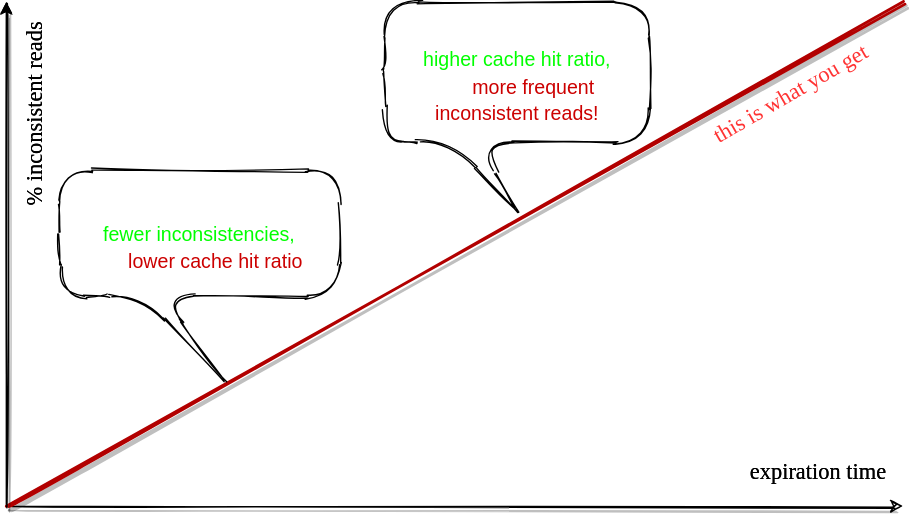
Above: Slides/Fusion_v2/diagrams/consistency/1.dio.svg in alexyakunin/Stl.Fusion.Materials (draw.io), before the change. Source tidied: cells renumbered, new cells last; positions are measured from the earlier drawing's top-left corner, leaving out a move shared by most shapes. Source of this version:
```xml
<mxGraphModel>
  <root>
    <mxCell id="0" />
    <mxCell id="1" parent="0" />
    <mxCell id="2" style="endArrow=classic;html=1;sketch=1;shadow=1;curved=1;" parent="1" edge="1">
      <mxGeometry relative="1" as="geometry">
        <mxPoint x="60" y="360" as="sourcePoint" />
        <mxPoint x="700" y="360" as="targetPoint" />
      </mxGeometry>
    </mxCell>
    <mxCell id="3" style="endArrow=classic;html=1;shadow=1;curved=1;" parent="1" edge="1">
      <mxGeometry relative="1" as="geometry">
        <mxPoint x="60" y="360" as="sourcePoint" />
        <mxPoint x="60" as="targetPoint" />
      </mxGeometry>
    </mxCell>
    <mxCell id="4" value="&lt;font face=&quot;Comic Sans MS&quot; style=&quot;font-size: 16px;&quot;&gt;% inconsistent reads&lt;/font&gt;" style="text;html=1;strokeColor=none;fillColor=none;align=center;verticalAlign=middle;whiteSpace=wrap;rounded=0;sketch=1;fontSize=16;rotation=-90;" parent="1" vertex="1">
      <mxGeometry y="65" width="160" height="30" as="geometry" />
    </mxCell>
    <mxCell id="5" value="&lt;font face=&quot;Comic Sans MS&quot; style=&quot;font-size: 16px&quot;&gt;expiration time&lt;/font&gt;" style="text;html=1;strokeColor=none;fillColor=none;align=center;verticalAlign=middle;whiteSpace=wrap;rounded=0;sketch=1;" parent="1" vertex="1">
      <mxGeometry x="580" y="320" width="120" height="30" as="geometry" />
    </mxCell>
    <mxCell id="6" style="endArrow=none;html=1;shadow=1;fontSize=16;curved=1;sketch=1;fillColor=#e51400;strokeColor=#B20000;strokeWidth=2;" parent="1" edge="1">
      <mxGeometry relative="1" as="geometry">
        <mxPoint x="60" y="360" as="sourcePoint" />
        <mxPoint x="700" as="targetPoint" />
      </mxGeometry>
    </mxCell>
    <mxCell id="7" value="&lt;font face=&quot;Comic Sans MS&quot; style=&quot;font-size: 16px&quot;&gt;this is what you get&lt;/font&gt;" style="text;html=1;align=center;verticalAlign=middle;whiteSpace=wrap;rounded=0;sketch=1;fontSize=16;rotation=-30;fontColor=#FF3333;" parent="1" vertex="1">
      <mxGeometry x="540" y="50" width="160" height="30" as="geometry" />
    </mxCell>
    <mxCell id="8" style="endArrow=classic;html=1;shadow=1;curved=1;sketch=1;" parent="1" edge="1">
      <mxGeometry relative="1" as="geometry">
        <mxPoint x="60" y="360" as="sourcePoint" />
        <mxPoint x="60" as="targetPoint" />
      </mxGeometry>
    </mxCell>
    <mxCell id="9" value="&lt;font face=&quot;Comic Sans MS&quot; style=&quot;font-size: 16px;&quot;&gt;% inconsistent reads&lt;/font&gt;" style="text;html=1;strokeColor=none;fillColor=none;align=center;verticalAlign=middle;whiteSpace=wrap;rounded=0;sketch=1;fontSize=16;rotation=-90;" parent="1" vertex="1">
      <mxGeometry y="65" width="160" height="30" as="geometry" />
    </mxCell>
    <mxCell id="10" value="&lt;font face=&quot;Comic Sans MS&quot; style=&quot;font-size: 16px&quot;&gt;expiration time&lt;/font&gt;" style="text;html=1;strokeColor=none;fillColor=none;align=center;verticalAlign=middle;whiteSpace=wrap;rounded=0;sketch=1;" parent="1" vertex="1">
      <mxGeometry x="580" y="320" width="120" height="30" as="geometry" />
    </mxCell>
    <mxCell id="11" value="&lt;font style=&quot;font-size: 14px&quot;&gt;&lt;font color=&quot;#ffffff&quot;&gt;Shorter expiration time =&lt;/font&gt;&lt;br&gt;&lt;font color=&quot;#00ff00&quot;&gt;fewer inconsistencies,&lt;/font&gt;&lt;/font&gt;&lt;font color=&quot;#ffffff&quot; style=&quot;font-size: 14px&quot;&gt;&lt;br&gt;but &lt;/font&gt;&lt;font style=&quot;font-size: 14px&quot;&gt;&lt;font color=&quot;#cc0000&quot;&gt;lower cache hit ratio&lt;/font&gt;&lt;br&gt;&lt;/font&gt;" style="shape=callout;whiteSpace=wrap;html=1;perimeter=calloutPerimeter;rounded=1;sketch=1;fillColor=none;fontSize=16;fontColor=#FF3333;position2=0.59;base=15;size=60;position=0.29;arcSize=45;" parent="1" vertex="1">
      <mxGeometry x="98" y="120" width="200" height="150" as="geometry" />
    </mxCell>
    <mxCell id="12" value="&lt;font style=&quot;font-size: 14px&quot;&gt;&lt;font color=&quot;#ffffff&quot;&gt;Longer expiration time =&lt;/font&gt;&lt;br&gt;&lt;font color=&quot;#00ff00&quot;&gt;higher cache hit ratio,&lt;/font&gt;&lt;br&gt;&lt;font color=&quot;#ffffff&quot;&gt;but &lt;/font&gt;&lt;font color=&quot;#cc0000&quot;&gt;more frequent &lt;br&gt;inconsistent reads!&lt;/font&gt;&lt;br&gt;&lt;/font&gt;" style="shape=callout;whiteSpace=wrap;html=1;perimeter=calloutPerimeter;rounded=1;sketch=1;fillColor=none;fontSize=16;fontColor=#FF3333;position2=0.5;base=20;size=50;position=0.25;arcSize=50;" parent="1" vertex="1">
      <mxGeometry x="330" width="190" height="150" as="geometry" />
    </mxCell>
  </root>
</mxGraphModel>
```
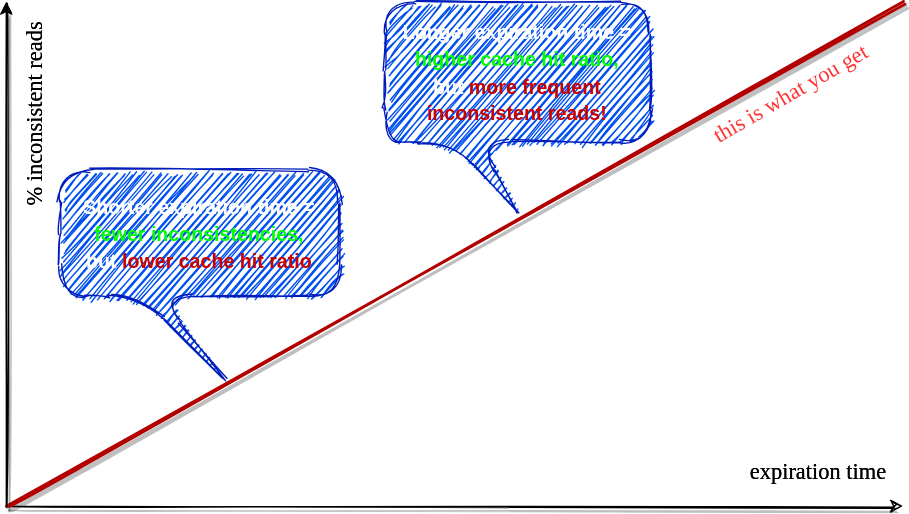
The same file after the commit.

Diff of the diagram source:
```diff
@@ -41,10 +41,10 @@
     <mxCell id="10" value="&lt;font face=&quot;Comic Sans MS&quot; style=&quot;font-size: 16px&quot;&gt;expiration time&lt;/font&gt;" style="text;html=1;strokeColor=none;fillColor=none;align=center;verticalAlign=middle;whiteSpace=wrap;rounded=0;sketch=1;" parent="1" vertex="1">
       <mxGeometry x="580" y="320" width="120" height="30" as="geometry" />
     </mxCell>
-    <mxCell id="11" value="&lt;font style=&quot;font-size: 14px&quot;&gt;&lt;font color=&quot;#ffffff&quot;&gt;Shorter expiration time =&lt;/font&gt;&lt;br&gt;&lt;font color=&quot;#00ff00&quot;&gt;fewer inconsistencies,&lt;/font&gt;&lt;/font&gt;&lt;font color=&quot;#ffffff&quot; style=&quot;font-size: 14px&quot;&gt;&lt;br&gt;but &lt;/font&gt;&lt;font style=&quot;font-size: 14px&quot;&gt;&lt;font color=&quot;#cc0000&quot;&gt;lower cache hit ratio&lt;/font&gt;&lt;br&gt;&lt;/font&gt;" style="shape=callout;whiteSpace=wrap;html=1;perimeter=calloutPerimeter;rounded=1;sketch=1;fillColor=none;fontSize=16;fontColor=#FF3333;position2=0.59;base=15;size=60;position=0.29;arcSize=45;" parent="1" vertex="1">
+    <mxCell id="11" value="&lt;font style=&quot;font-size: 14px&quot;&gt;&lt;font color=&quot;#ffffff&quot;&gt;Shorter expiration time =&lt;/font&gt;&lt;br&gt;&lt;font color=&quot;#00ff00&quot;&gt;fewer inconsistencies,&lt;/font&gt;&lt;/font&gt;&lt;font color=&quot;#ffffff&quot; style=&quot;font-size: 14px&quot;&gt;&lt;br&gt;but &lt;/font&gt;&lt;font style=&quot;font-size: 14px&quot;&gt;&lt;font color=&quot;#cc0000&quot;&gt;lower cache hit ratio&lt;/font&gt;&lt;br&gt;&lt;/font&gt;" style="shape=callout;whiteSpace=wrap;html=1;perimeter=calloutPerimeter;rounded=1;sketch=1;fontSize=16;position2=0.59;base=15;size=60;position=0.29;arcSize=45;fillStyle=auto;labelBackgroundColor=none;labelBorderColor=none;fontStyle=1;fillColor=#0050ef;strokeColor=#001DBC;fontColor=#ffffff;" parent="1" vertex="1">
       <mxGeometry x="98" y="120" width="200" height="150" as="geometry" />
     </mxCell>
-    <mxCell id="12" value="&lt;font style=&quot;font-size: 14px&quot;&gt;&lt;font color=&quot;#ffffff&quot;&gt;Longer expiration time =&lt;/font&gt;&lt;br&gt;&lt;font color=&quot;#00ff00&quot;&gt;higher cache hit ratio,&lt;/font&gt;&lt;br&gt;&lt;font color=&quot;#ffffff&quot;&gt;but &lt;/font&gt;&lt;font color=&quot;#cc0000&quot;&gt;more frequent &lt;br&gt;inconsistent reads!&lt;/font&gt;&lt;br&gt;&lt;/font&gt;" style="shape=callout;whiteSpace=wrap;html=1;perimeter=calloutPerimeter;rounded=1;sketch=1;fillColor=none;fontSize=16;fontColor=#FF3333;position2=0.5;base=20;size=50;position=0.25;arcSize=50;" parent="1" vertex="1">
+    <mxCell id="12" value="&lt;font style=&quot;font-size: 14px&quot;&gt;&lt;font color=&quot;#ffffff&quot;&gt;Longer expiration time =&lt;/font&gt;&lt;br&gt;&lt;font color=&quot;#00ff00&quot;&gt;higher cache hit ratio,&lt;/font&gt;&lt;br&gt;&lt;font color=&quot;#ffffff&quot;&gt;but &lt;/font&gt;&lt;font color=&quot;#cc0000&quot;&gt;more frequent &lt;br&gt;inconsistent reads!&lt;/font&gt;&lt;br&gt;&lt;/font&gt;" style="shape=callout;whiteSpace=wrap;html=1;perimeter=calloutPerimeter;rounded=1;sketch=1;fillColor=#0050ef;fontSize=16;fontColor=#ffffff;position2=0.5;base=20;size=50;position=0.25;arcSize=45;strokeColor=#001DBC;labelBackgroundColor=none;labelBorderColor=none;fillStyle=auto;fontStyle=1;" parent="1" vertex="1">
       <mxGeometry x="330" width="190" height="150" as="geometry" />
     </mxCell>
   </root>
```
